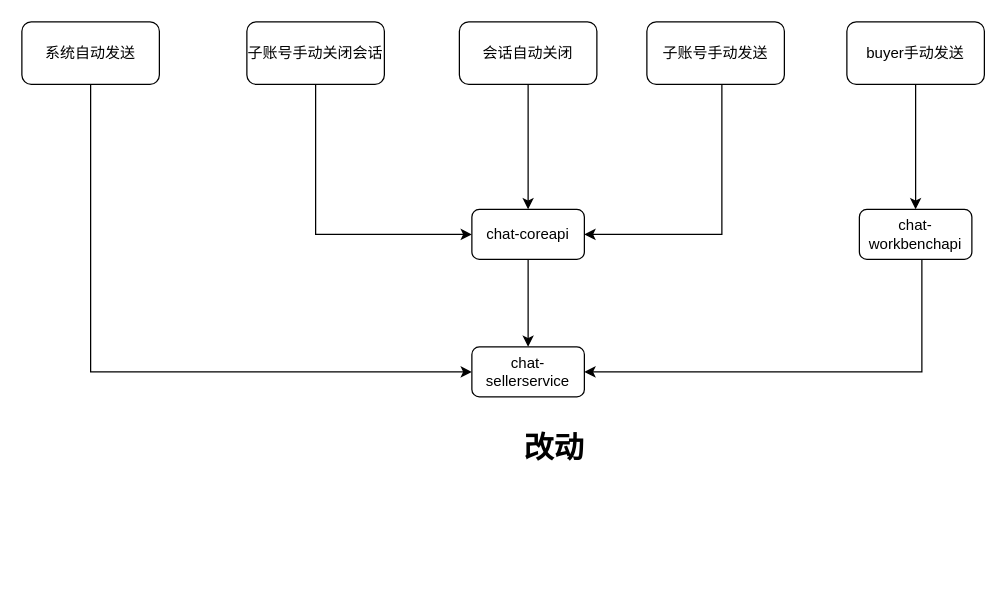
The draw.io diagram 未命名绘图.drawio in vividzc/drawio-file, before the edit. Source tidied: cells renumbered, new cells numbered last; positions are measured from the earlier drawing's top-left corner, leaving out a move shared by most shapes. Both pictures are drawn from the tidied source at 125%, with x=0, y=0 at pixel (21, 21).
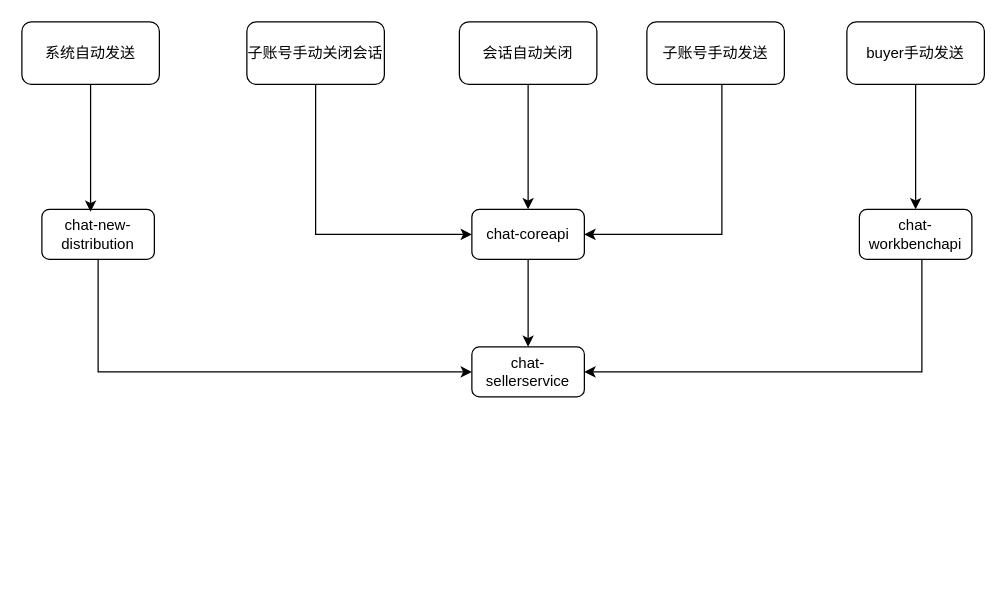
The same page after the edit.

Commit message:
更新未命名绘图.drawio

The change refers to these unchanged cells:
```xml
<mxCell id="7" value="系统自动发送" style="rounded=1;whiteSpace=wrap;html=1;" parent="1" vertex="1">
  <mxGeometry width="110" height="50" as="geometry" />
</mxCell>
<mxCell id="14" value="chat-sellerservice" style="rounded=1;whiteSpace=wrap;html=1;" parent="1" vertex="1">
  <mxGeometry x="360" y="260" width="90" height="40" as="geometry" />
</mxCell>
```

The edit, as a diff of the source:
```diff
@@
-    <mxCell id="6" style="edgeStyle=orthogonalEdgeStyle;rounded=0;jettySize=auto;html=1;entryX=0;entryY=0.5;entryDx=0;entryDy=0;" parent="1" edge="1" source="7" target="14">
-      <mxGeometry relative="1" as="geometry">
-        <Array as="points">
-          <mxPoint x="55" y="280" />
-        </Array>
-      </mxGeometry>
-    </mxCell>
@@
-    <mxCell id="17" value="&lt;h1 style=&quot;margin-top: 0px;&quot;&gt;改动&lt;/h1&gt;" style="text;html=1;whiteSpace=wrap;overflow=hidden;rounded=0;" parent="1" vertex="1">
-      <mxGeometry x="400" y="320" width="180" height="120" as="geometry" />
-    </mxCell>
+    <mxCell id="18" style="edgeStyle=orthogonalEdgeStyle;rounded=0;jettySize=auto;html=1;entryX=0;entryY=0.5;entryDx=0;entryDy=0;" parent="1" edge="1" source="19" target="14">
+      <mxGeometry relative="1" as="geometry">
+        <Array as="points">
+          <mxPoint x="61" y="280" />
+        </Array>
+      </mxGeometry>
+    </mxCell>
+    <mxCell id="19" value="chat-new-distribution" style="rounded=1;whiteSpace=wrap;html=1;" parent="1" vertex="1">
+      <mxGeometry x="16" y="150" width="90" height="40" as="geometry" />
+    </mxCell>
+    <mxCell id="20" style="edgeStyle=orthogonalEdgeStyle;rounded=0;jettySize=auto;html=1;entryX=0.433;entryY=0.05;entryDx=0;entryDy=0;entryPerimeter=0;" parent="1" edge="1" source="7" target="19">
+      <mxGeometry relative="1" as="geometry" />
+    </mxCell>
```
